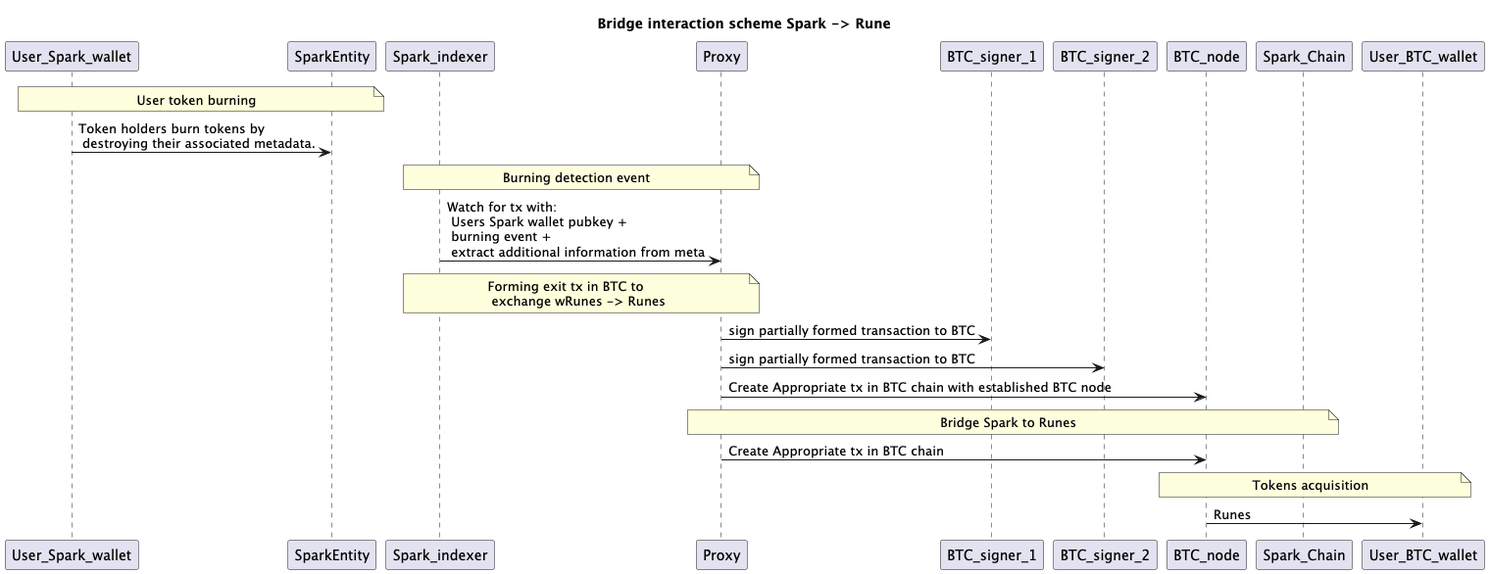
Earlier version of the PlantUML export docs/spark_runes.png (Sats-Terminal/spark-bridge-backend).
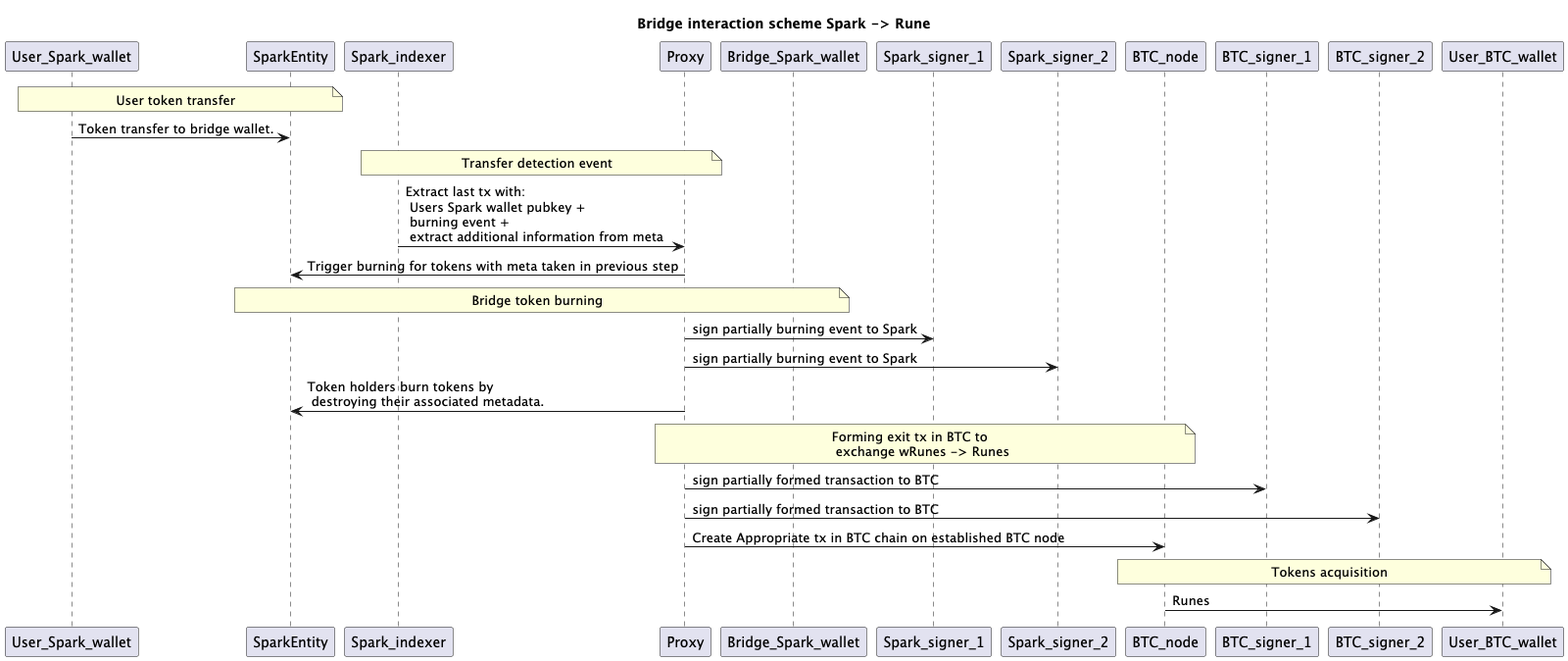
After the commit.

Commit message:
chore: update spark->rune interaction scheme

The edit, as a diff of the source:
```diff
@@ -2,22 +2,24 @@
 
 title Bridge interaction scheme Spark -> Rune
 
-note over User_Spark_wallet,SparkEntity:User token burning
-User_Spark_wallet->SparkEntity: Token holders burn tokens by \n destroying their associated metadata.
+note over User_Spark_wallet,SparkEntity:User token transfer
+User_Spark_wallet->SparkEntity: Token transfer to bridge wallet.
 
-note over Spark_indexer,Proxy:Burning detection event
-Spark_indexer->Proxy:Watch for tx with: \n Users Spark wallet pubkey +\n burning event + \n extract additional information from meta
+note over Spark_indexer,Proxy:Transfer detection event
+Spark_indexer->Proxy:Extract last tx with: \n Users Spark wallet pubkey +\n burning event + \n extract additional information from meta
+Proxy->SparkEntity: Trigger burning for tokens with meta taken in previous step
 
-note over Proxy, Spark_indexer:Forming exit tx in BTC to \n exchange wRunes -> Runes
+note over Bridge_Spark_wallet,SparkEntity:Bridge token burning
+Proxy->Spark_signer_1: sign partially burning event to Spark
+Proxy->Spark_signer_2: sign partially burning event to Spark
+Proxy->SparkEntity: Token holders burn tokens by \n destroying their associated metadata.
+
+note over Proxy, BTC_node:Forming exit tx in BTC to \n exchange wRunes -> Runes
 Proxy->BTC_signer_1: sign partially formed transaction to BTC
 Proxy->BTC_signer_2: sign partially formed transaction to BTC
-Proxy->BTC_node: Create Appropriate tx in BTC chain with established BTC node
-
-note over Proxy,Spark_Chain:Bridge Spark to Runes
-Proxy->BTC_node: Create Appropriate tx in BTC chain
+Proxy->BTC_node: Create Appropriate tx in BTC chain on established BTC node
 
 note over User_BTC_wallet, BTC_node: Tokens acquisition
 User_BTC_wallet<-BTC_node: Runes
 
-
 @enduml
```
